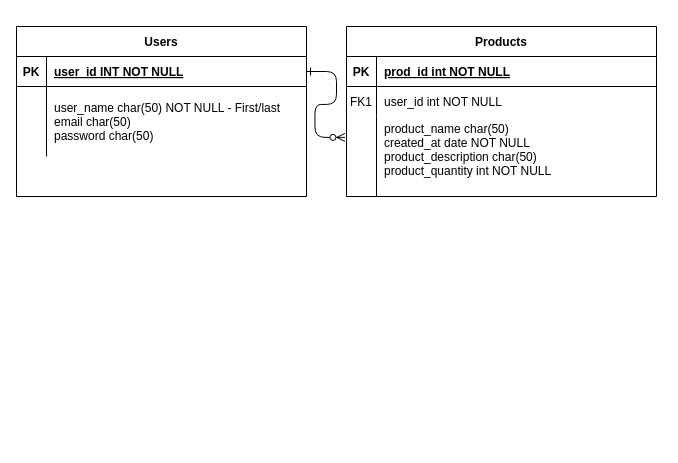
Earlier version of the draw.io diagram Untitled Diagram.drawio (AlexDragoi7/CRM23). Source tidied: cells renumbered, new cells numbered last; positions are measured from the earlier drawing's top-left corner, leaving out a move shared by most shapes. Both pictures are drawn from the tidied source at 100%, with x=0, y=0 at pixel (16, 26).
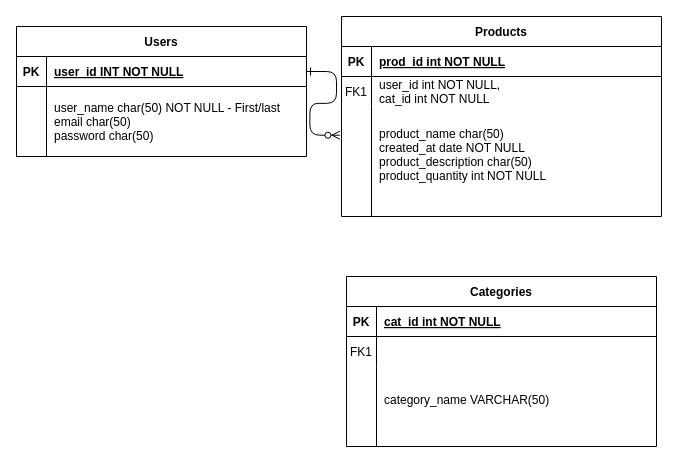
The same page after the edit.

What changed in the source:
```diff
@@
     <mxCell id="3" value="Products" style="shape=table;startSize=30;childLayout=tableLayout;rowLines=0;fontStyle=1;align=center;" parent="1" vertex="1">
-      <mxGeometry x="330" width="310" height="170" as="geometry" />
+      <mxGeometry x="325" y="-10" width="320" height="200" as="geometry" />
     </mxCell>
     <mxCell id="4" style="shape=partialRectangle;fillColor=none;top=0;left=0;right=0;bottom=1;" parent="3" vertex="1">
-      <mxGeometry y="30" width="310" height="30" as="geometry" />
+      <mxGeometry y="30" width="320" height="30" as="geometry" />
     </mxCell>
@@
     <mxCell id="6" value="prod_id int NOT NULL " style="shape=partialRectangle;overflow=hidden;fillColor=none;top=0;left=0;bottom=0;right=0;align=left;spacingLeft=6;fontStyle=5;" parent="4" vertex="1">
-      <mxGeometry x="30" width="280" height="30" as="geometry" />
+      <mxGeometry x="30" width="290" height="30" as="geometry" />
     </mxCell>
     <mxCell id="7" style="shape=partialRectangle;fillColor=none;top=0;left=0;right=0;bottom=0;" parent="3" vertex="1">
-      <mxGeometry y="60" width="310" height="30" as="geometry" />
+      <mxGeometry y="60" width="320" height="30" as="geometry" />
     </mxCell>
@@
-    <mxCell id="9" value="user_id int NOT NULL" style="shape=partialRectangle;overflow=hidden;fillColor=none;top=0;left=0;bottom=0;right=0;align=left;spacingLeft=6;" parent="7" vertex="1">
-      <mxGeometry x="30" width="280" height="30" as="geometry" />
+    <mxCell id="9" value="user_id int NOT NULL,&#10;cat_id int NOT NULL&#10;" style="shape=partialRectangle;overflow=hidden;fillColor=none;top=0;left=0;bottom=0;right=0;align=left;spacingLeft=6;" parent="7" vertex="1">
+      <mxGeometry x="30" width="290" height="30" as="geometry" />
     </mxCell>
     <mxCell id="10" style="shape=partialRectangle;fillColor=none;points=[[0,0.5],[1,0.5]];portConstraint=eastwest;top=0;left=0;right=0;bottom=0;" parent="3" vertex="1">
-      <mxGeometry y="90" width="310" height="80" as="geometry" />
+      <mxGeometry y="90" width="320" height="110" as="geometry" />
     </mxCell>
     <mxCell id="11" style="shape=partialRectangle;overflow=hidden;fillColor=none;top=0;left=0;bottom=0;right=0;" parent="10" vertex="1">
-      <mxGeometry width="30" height="80" as="geometry" />
+      <mxGeometry width="30" height="110" as="geometry" />
     </mxCell>
     <mxCell id="12" value="product_name char(50)&#10;created_at date NOT NULL&#10;product_description char(50)&#10;product_quantity int NOT NULL&#10;" style="shape=partialRectangle;overflow=hidden;fillColor=none;top=0;left=0;bottom=0;right=0;align=left;spacingLeft=6;" parent="10" vertex="1">
-      <mxGeometry x="30" width="280" height="80" as="geometry" />
+      <mxGeometry x="30" width="290" height="110" as="geometry" />
     </mxCell>
     <mxCell id="13" value="Users" style="shape=table;startSize=30;childLayout=tableLayout;rowLines=0;fontStyle=1;align=center;" parent="1" vertex="1">
-      <mxGeometry width="290" height="170" as="geometry" />
+      <mxGeometry width="290" height="130" as="geometry" />
     </mxCell>
@@
+    <mxCell id="20" value="Categories" style="shape=table;startSize=30;childLayout=tableLayout;rowLines=0;fontStyle=1;align=center;" parent="1" vertex="1">
+      <mxGeometry x="330" y="250" width="310" height="170" as="geometry" />
+    </mxCell>
+    <mxCell id="21" style="shape=partialRectangle;fillColor=none;top=0;left=0;right=0;bottom=1;" parent="20" vertex="1">
+      <mxGeometry y="30" width="310" height="30" as="geometry" />
+    </mxCell>
+    <mxCell id="22" value="PK" style="shape=partialRectangle;overflow=hidden;fillColor=none;top=0;left=0;bottom=0;right=0;fontStyle=1;" parent="21" vertex="1">
+      <mxGeometry width="30" height="30" as="geometry" />
+    </mxCell>
+    <mxCell id="23" value="cat_id int NOT NULL" style="shape=partialRectangle;overflow=hidden;fillColor=none;top=0;left=0;bottom=0;right=0;align=left;spacingLeft=6;fontStyle=5;" parent="21" vertex="1">
+      <mxGeometry x="30" width="280" height="30" as="geometry" />
+    </mxCell>
+    <mxCell id="24" style="shape=partialRectangle;fillColor=none;top=0;left=0;right=0;bottom=0;" parent="20" vertex="1">
+      <mxGeometry y="60" width="310" height="30" as="geometry" />
+    </mxCell>
+    <mxCell id="25" value="FK1" style="shape=partialRectangle;overflow=hidden;fillColor=none;top=0;left=0;bottom=0;right=0;" parent="24" vertex="1">
+      <mxGeometry width="30" height="30" as="geometry" />
+    </mxCell>
+    <mxCell id="26" style="shape=partialRectangle;overflow=hidden;fillColor=none;top=0;left=0;bottom=0;right=0;align=left;spacingLeft=6;" parent="24" vertex="1">
+      <mxGeometry x="30" width="280" height="30" as="geometry" />
+    </mxCell>
+    <mxCell id="27" style="shape=partialRectangle;fillColor=none;top=0;left=0;right=0;bottom=0;" parent="20" vertex="1">
+      <mxGeometry y="90" width="310" height="80" as="geometry" />
+    </mxCell>
+    <mxCell id="28" style="shape=partialRectangle;overflow=hidden;fillColor=none;top=0;left=0;bottom=0;right=0;" parent="27" vertex="1">
+      <mxGeometry width="30" height="80" as="geometry" />
+    </mxCell>
+    <mxCell id="29" value="category_name VARCHAR(50)&#10;" style="shape=partialRectangle;overflow=hidden;fillColor=none;top=0;left=0;bottom=0;right=0;align=left;spacingLeft=6;" parent="27" vertex="1">
+      <mxGeometry x="30" width="280" height="80" as="geometry" />
+    </mxCell>
```
